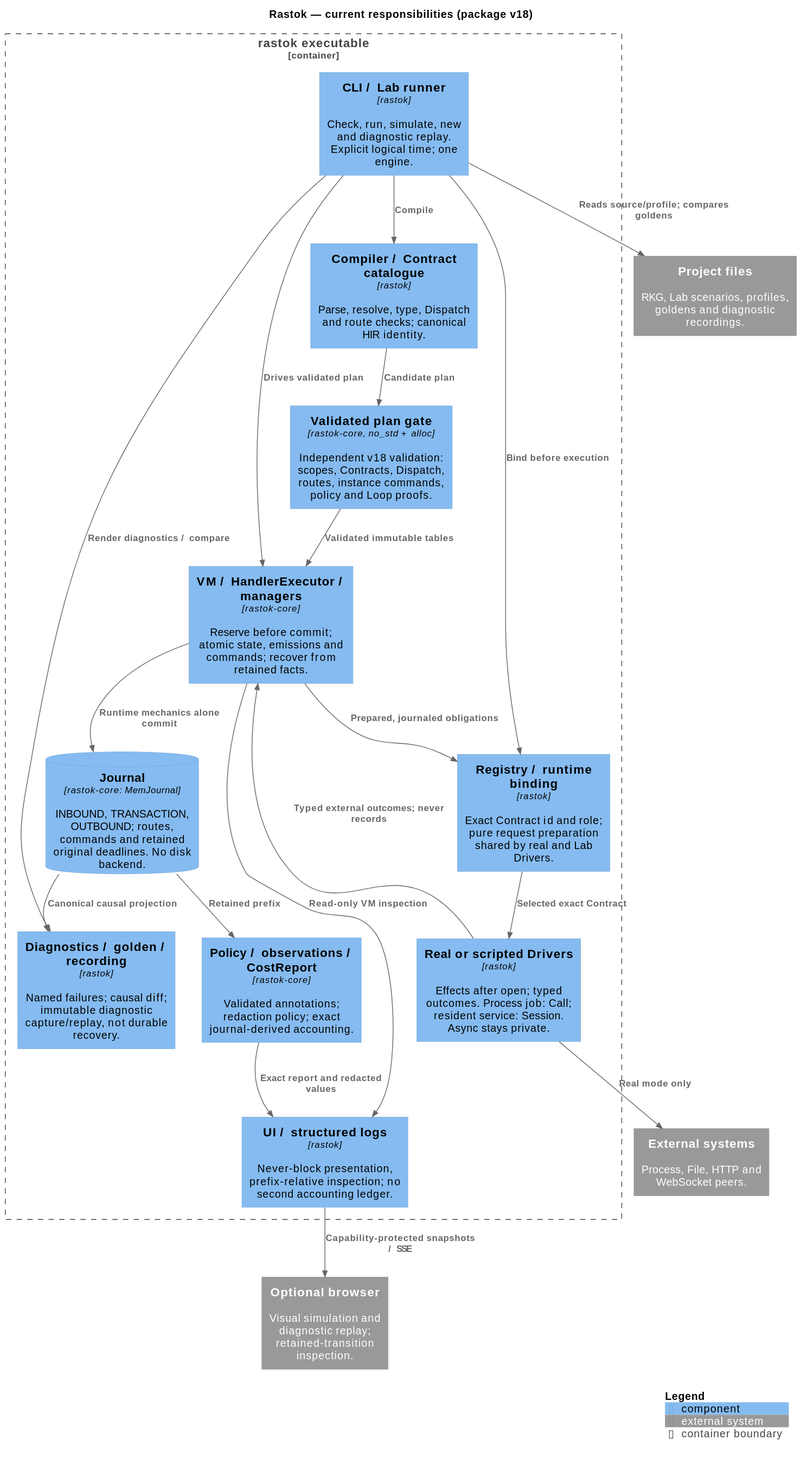
Earlier version of the PlantUML export docs/architecture/03-rastok-components.svg (rastok-io/rastok).
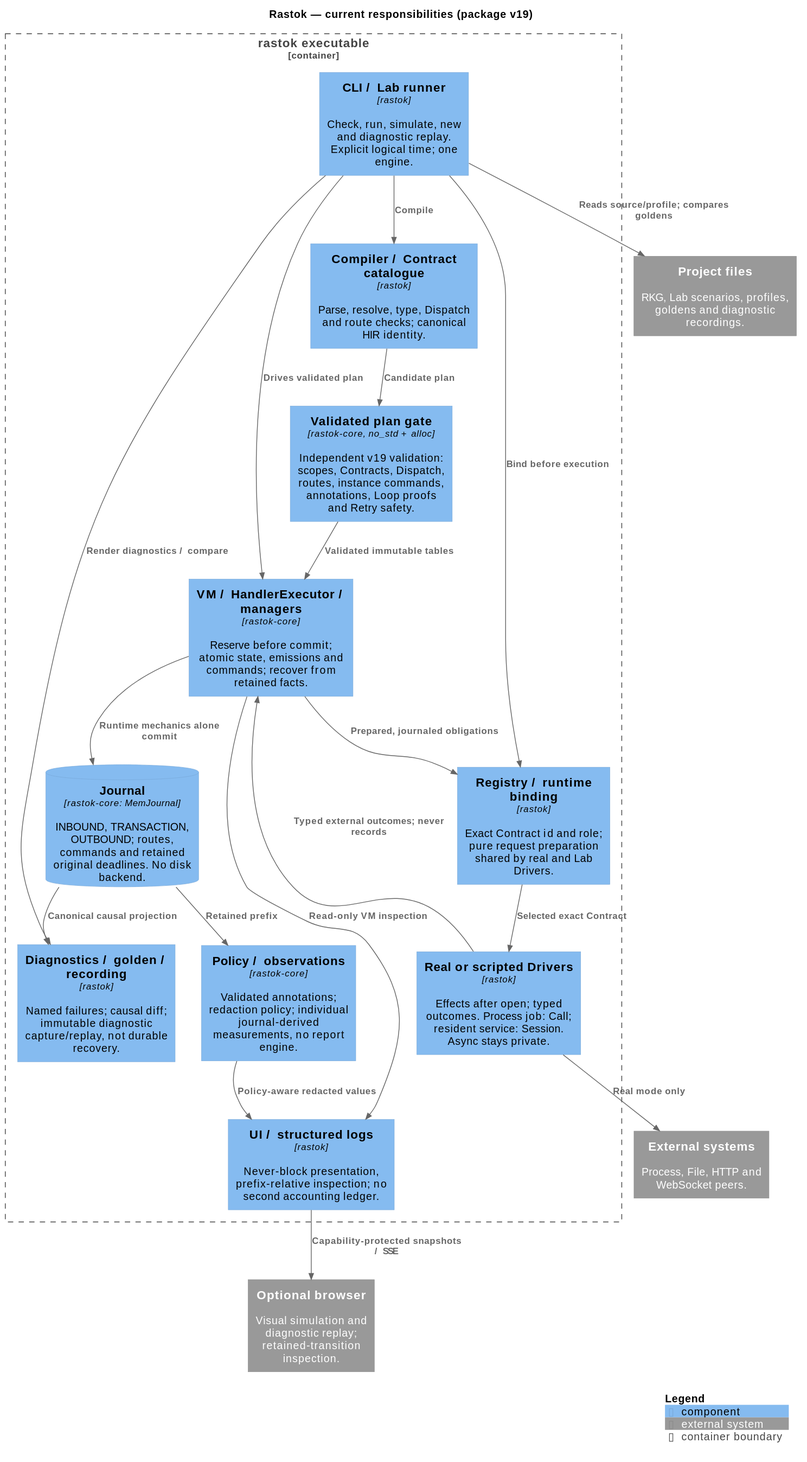
After the change.

The edit, as a diff of the source:
```diff
@@ -2,7 +2,7 @@
 skinparam backgroundColor white
 !include <C4/C4_Component>
 LAYOUT_TOP_DOWN()
-title Rastok — current responsibilities (package v18)
+title Rastok — current responsibilities (package v19)
 
 System_Ext(project, "Project files", "RKG, Lab scenarios, profiles, goldens and diagnostic recordings.")
 System_Ext(world, "External systems", "Process, File, HTTP and WebSocket peers.")
@@ -11,12 +11,12 @@
 Container_Boundary(executable, "rastok executable") {
   Component(entry, "CLI / Lab runner", "rastok", "Check, run, simulate, new and diagnostic replay. Explicit logical time; one engine.")
   Component(compiler, "Compiler / Contract catalogue", "rastok", "Parse, resolve, type, Dispatch and route checks; canonical HIR identity.")
-  Component(plan, "Validated plan gate", "rastok-core, no_std + alloc", "Independent v18 validation: scopes, Contracts, Dispatch, routes, instance commands, policy and Loop proofs.")
+  Component(plan, "Validated plan gate", "rastok-core, no_std + alloc", "Independent v19 validation: scopes, Contracts, Dispatch, routes, instance commands, annotations, Loop proofs and Retry safety.")
   Component(core, "VM / HandlerExecutor / managers", "rastok-core", "Reserve before commit; atomic state, emissions and commands; recover from retained facts.")
   Component(binding, "Registry / runtime binding", "rastok", "Exact Contract id and role; pure request preparation shared by real and Lab Drivers.")
   Component(drivers, "Real or scripted Drivers", "rastok", "Effects after open; typed outcomes. Process job: Call; resident service: Session. Async stays private.")
   ComponentDb(journal, "Journal", "rastok-core: MemJournal", "INBOUND, TRANSACTION, OUTBOUND; routes, commands and retained original deadlines. No disk backend.")
-  Component(report, "Policy / observations / CostReport", "rastok-core", "Validated annotations; redaction policy; exact journal-derived accounting.")
+  Component(report, "Policy / observations", "rastok-core", "Validated annotations; redaction policy; individual journal-derived measurements, no report engine.")
   Component(ui, "UI / structured logs", "rastok", "Never-block presentation, prefix-relative inspection; no second accounting ledger.")
   Component(evidence, "Diagnostics / golden / recording", "rastok", "Named failures; causal diff; immutable diagnostic capture/replay, not durable recovery.")
 }
@@ -33,7 +33,7 @@
 Rel(drivers, core, "Typed external outcomes; never records")
 Rel(core, journal, "Runtime mechanics alone commit")
 Rel(journal, report, "Retained prefix")
-Rel(report, ui, "Exact report and redacted values")
+Rel(report, ui, "Policy-aware redacted values")
 Rel(ui, browser, "Capability-protected snapshots / SSE")
 Rel(core, ui, "Read-only VM inspection")
 Rel(entry, evidence, "Render diagnostics / compare")
```
